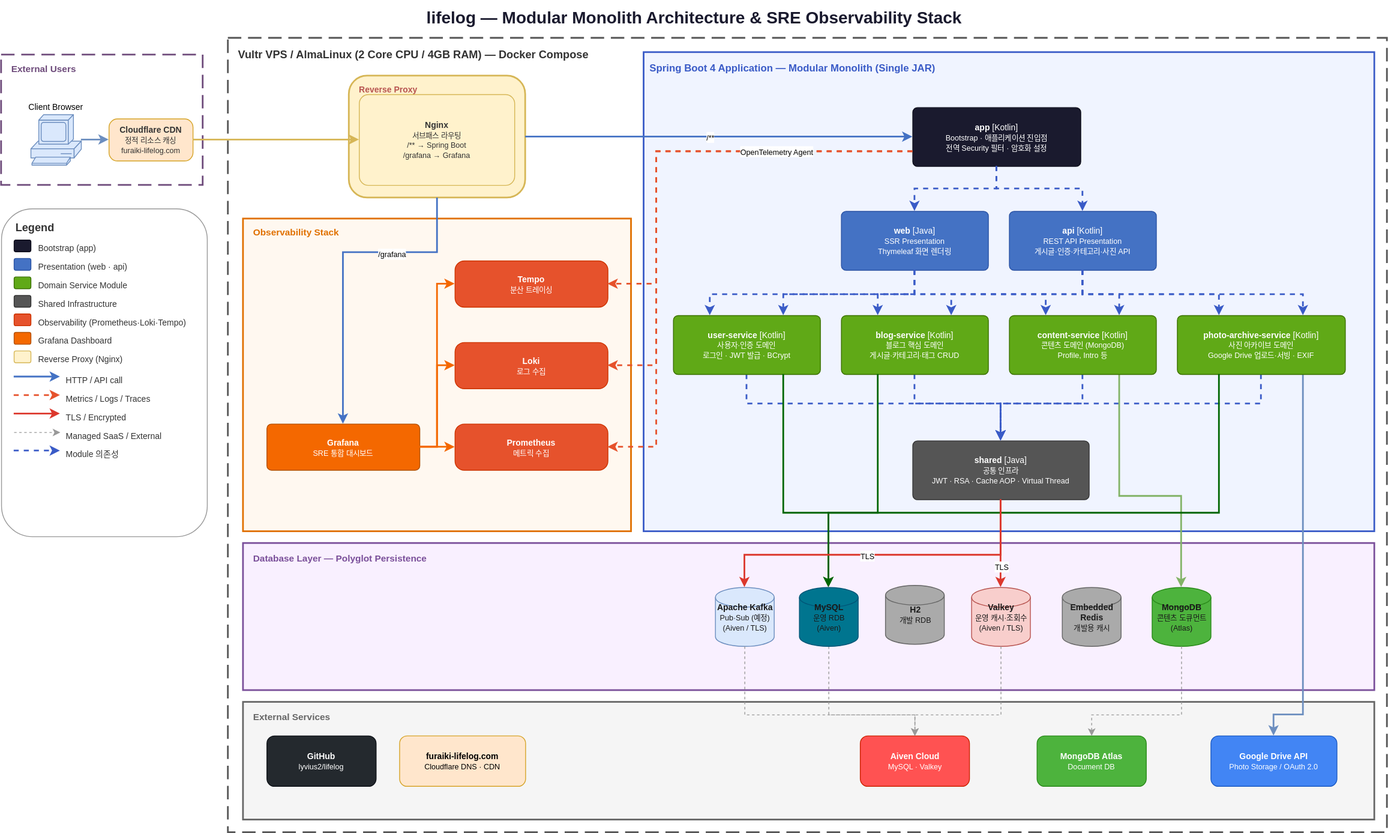
This is docs/lifelog-architecture.svg from lyvius2/lifelog, a draw.io export, as it was before one commit. Source tidied: cells renumbered, new cells last; positions are measured from the earlier drawing's top-left corner, leaving out a move shared by most shapes.
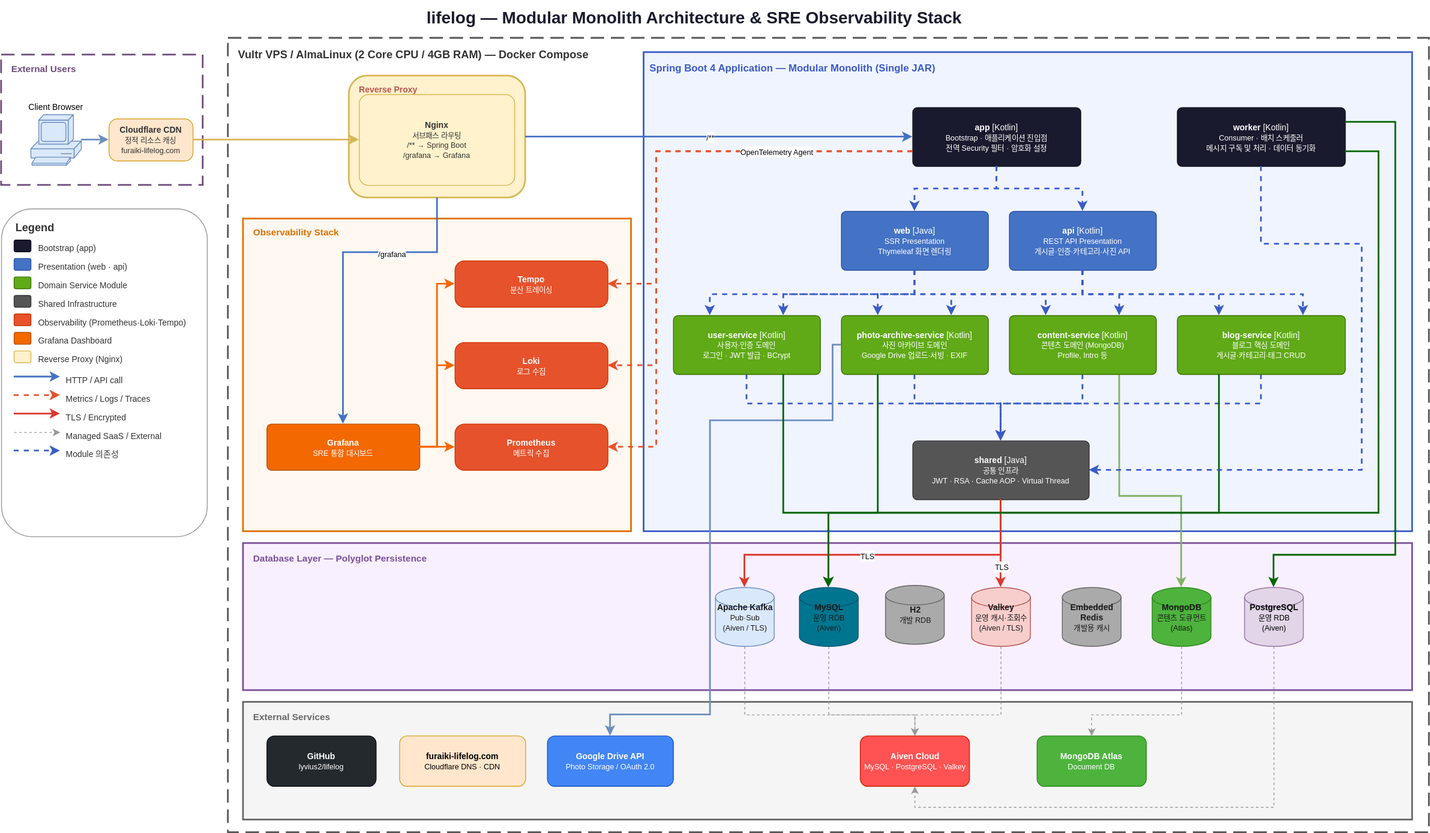
After the commit.

Commit message:
README.md 파일 내용 갱신

The edit, as a diff of the source:
```diff
@@ -18,7 +18,7 @@
       <mxGeometry x="128" y="141" width="100" height="50" as="geometry" />
     </mxCell>
     <mxCell id="7" style="rounded=0;whiteSpace=wrap;html=1;fillColor=none;strokeColor=#555555;dashed=1;dashPattern=8 4;strokeWidth=2;" parent="1" vertex="1">
-      <mxGeometry x="270" y="45" width="1380" height="945" as="geometry" />
+      <mxGeometry x="270" y="45" width="1430" height="945" as="geometry" />
     </mxCell>
     <mxCell id="8" value="Vultr VPS / AlmaLinux  (2 Core CPU / 4GB RAM) — Docker Compose" style="text;html=1;strokeColor=none;fillColor=none;align=left;verticalAlign=top;fontStyle=1;fontSize=13;fontColor=#333333;" parent="1" vertex="1">
       <mxGeometry x="280" y="50" width="640" height="20" as="geometry" />
@@ -33,7 +33,7 @@
       <mxGeometry x="426" y="112" width="185" height="108" as="geometry" />
     </mxCell>
     <mxCell id="12" style="rounded=0;whiteSpace=wrap;html=1;fillColor=#f0f4ff;strokeColor=#3a5bc7;strokeWidth=2;" parent="1" vertex="1">
-      <mxGeometry x="765" y="62" width="870" height="570" as="geometry" />
+      <mxGeometry x="765" y="62" width="915" height="570" as="geometry" />
     </mxCell>
     <mxCell id="13" value="Spring Boot 4 Application — Modular Monolith (Single JAR)" style="text;html=1;strokeColor=none;fillColor=none;align=left;verticalAlign=top;fontStyle=1;fontSize=12;fontColor=#3a5bc7;" parent="1" vertex="1">
       <mxGeometry x="770" y="67" width="560" height="18" as="geometry" />
@@ -69,7 +69,7 @@
       <mxGeometry x="316" y="504" width="182" height="55" as="geometry" />
     </mxCell>
     <mxCell id="24" style="rounded=0;whiteSpace=wrap;html=1;fillColor=#f9f0ff;strokeColor=#7a4f9a;strokeWidth=2;" parent="1" vertex="1">
-      <mxGeometry x="288" y="646" width="1347" height="175" as="geometry" />
+      <mxGeometry x="288" y="646" width="1392" height="175" as="geometry" />
     </mxCell>
     <mxCell id="25" value="Database Layer — Polyglot Persistence" style="text;html=1;strokeColor=none;fillColor=none;align=left;verticalAlign=top;fontStyle=1;fontSize=11;fontColor=#7a4f9a;" parent="1" vertex="1">
       <mxGeometry x="298" y="651" width="380" height="18" as="geometry" />
@@ -87,20 +87,17 @@
       <mxGeometry x="1155" y="698.5" width="70" height="70" as="geometry" />
     </mxCell>
     <mxCell id="30" style="rounded=0;whiteSpace=wrap;html=1;fillColor=#f5f5f5;strokeColor=#666666;strokeWidth=2;" parent="1" vertex="1">
-      <mxGeometry x="288" y="835" width="1347" height="140" as="geometry" />
+      <mxGeometry x="288" y="835" width="1392" height="140" as="geometry" />
     </mxCell>
     <mxCell id="31" value="External Services" style="text;html=1;strokeColor=none;fillColor=none;align=left;verticalAlign=top;fontStyle=1;fontSize=11;fontColor=#666666;" parent="1" vertex="1">
       <mxGeometry x="298" y="840" width="200" height="18" as="geometry" />
     </mxCell>
-    <mxCell id="32" value="&lt;b&gt;Aiven Cloud&lt;/b&gt;&lt;br&gt;&lt;font style=&quot;font-size: 9px;&quot;&gt;MySQL · Valkey&lt;/font&gt;" style="rounded=1;whiteSpace=wrap;html=1;fillColor=#ff5252;strokeColor=#cc2200;fontColor=#ffffff;fontSize=10;arcSize=15;" parent="1" vertex="1">
+    <mxCell id="32" value="&lt;b&gt;Aiven Cloud&lt;/b&gt;&lt;br&gt;&lt;font style=&quot;font-size: 9px;&quot;&gt;MySQL · PostgreSQL ·&amp;nbsp;Valkey&lt;/font&gt;" style="rounded=1;whiteSpace=wrap;html=1;fillColor=#ff5252;strokeColor=#cc2200;fontColor=#ffffff;fontSize=10;arcSize=15;" parent="1" vertex="1">
       <mxGeometry x="1022.5" y="875" width="130" height="60" as="geometry" />
     </mxCell>
     <mxCell id="33" value="&lt;b&gt;MongoDB Atlas&lt;/b&gt;&lt;br&gt;&lt;font style=&quot;font-size: 9px;&quot;&gt;Document DB&lt;/font&gt;" style="rounded=1;whiteSpace=wrap;html=1;fillColor=#4DB33D;strokeColor=#2a8a1a;fontColor=#ffffff;fontSize=10;arcSize=15;" parent="1" vertex="1">
       <mxGeometry x="1233" y="875" width="130" height="60" as="geometry" />
     </mxCell>
-    <mxCell id="34" value="&lt;b&gt;Google Drive API&lt;/b&gt;&lt;br&gt;&lt;font style=&quot;font-size: 9px;&quot;&gt;Photo Storage / OAuth 2.0&lt;/font&gt;" style="rounded=1;whiteSpace=wrap;html=1;fillColor=#4285F4;strokeColor=#1a5ac4;fontColor=#ffffff;fontSize=10;arcSize=15;" parent="1" vertex="1">
-      <mxGeometry x="1440" y="875" width="150" height="60" as="geometry" />
-    </mxCell>
     <mxCell id="35" value="&lt;b&gt;GitHub&lt;/b&gt;&lt;br&gt;&lt;font style=&quot;font-size: 9px;&quot;&gt;lyvius2/lifelog&lt;/font&gt;" style="rounded=1;whiteSpace=wrap;html=1;fillColor=#24292e;strokeColor=#0d1117;fontColor=#ffffff;fontSize=10;arcSize=15;" parent="1" vertex="1">
       <mxGeometry x="316" y="875" width="130" height="60" as="geometry" />
     </mxCell>
@@ -336,10 +333,21 @@
         <mxPoint x="5" y="3" as="offset" />
       </mxGeometry>
     </mxCell>
+    <mxCell id="109" style="edgeStyle=orthogonalEdgeStyle;rounded=0;jettySize=auto;html=1;exitX=0;exitY=0.5;exitDx=0;exitDy=0;strokeColor=#6C8EBF;strokeWidth=2;" parent="1" edge="1" source="87" target="34">
+      <mxGeometry relative="1" as="geometry">
+        <Array as="points">
+          <mxPoint x="990" y="410" />
+          <mxPoint x="990" y="500" />
+          <mxPoint x="844" y="500" />
+          <mxPoint x="844" y="850" />
+          <mxPoint x="725" y="850" />
+        </Array>
+      </mxGeometry>
+    </mxCell>
     <mxCell id="86" value="&lt;b&gt;user-service&lt;/b&gt;  [Kotlin]&lt;br&gt;&lt;font style=&quot;font-size: 9px;&quot;&gt;사용자·인증 도메인&lt;br&gt;로그인 · JWT 발급 · BCrypt&lt;/font&gt;" style="rounded=1;whiteSpace=wrap;html=1;fillColor=#60a917;strokeColor=#3a7000;fontColor=#ffffff;fontSize=10;arcSize=8;verticalAlign=middle;" parent="1" vertex="1">
       <mxGeometry x="800" y="375" width="175" height="70" as="geometry" />
     </mxCell>
-    <mxCell id="87" value="&lt;b&gt;blog-service&lt;/b&gt;  [Kotlin]&lt;br&gt;&lt;font style=&quot;font-size: 9px;&quot;&gt;블로그 핵심 도메인&lt;br&gt;게시글·카테고리·태그 CRUD&lt;/font&gt;" style="rounded=1;whiteSpace=wrap;html=1;fillColor=#60a917;strokeColor=#3a7000;fontColor=#ffffff;fontSize=10;arcSize=8;verticalAlign=middle;" parent="1" vertex="1">
+    <mxCell id="87" value="&lt;b&gt;photo-archive-service&lt;/b&gt;&amp;nbsp;[Kotlin]&lt;br&gt;&lt;font style=&quot;font-size: 9px;&quot;&gt;사진 아카이브 도메인&lt;br&gt;Google Drive 업로드·서빙 · EXIF&lt;/font&gt;" style="rounded=1;whiteSpace=wrap;html=1;fillColor=#60a917;strokeColor=#3a7000;fontColor=#ffffff;fontSize=10;arcSize=8;verticalAlign=middle;" parent="1" vertex="1">
       <mxGeometry x="1000" y="375" width="175" height="70" as="geometry" />
     </mxCell>
     <mxCell id="88" style="edgeStyle=orthogonalEdgeStyle;rounded=0;jettySize=auto;html=1;exitX=0.75;exitY=1;exitDx=0;exitDy=0;curved=0;strokeWidth=2;strokeColor=#82b366;fillColor=#d5e8d4;" parent="1" edge="1" source="89" target="27">
@@ -353,15 +361,7 @@
     <mxCell id="89" value="&lt;b&gt;content-service&lt;/b&gt;  [Kotlin]&lt;br&gt;&lt;font style=&quot;font-size: 9px;&quot;&gt;콘텐츠 도메인 (MongoDB)&lt;br&gt;Profile, Intro 등&lt;/font&gt;" style="rounded=1;whiteSpace=wrap;html=1;fillColor=#60a917;strokeColor=#3a7000;fontColor=#ffffff;fontSize=10;arcSize=8;verticalAlign=middle;" parent="1" vertex="1">
       <mxGeometry x="1200" y="375" width="175" height="70" as="geometry" />
     </mxCell>
-    <mxCell id="90" style="edgeStyle=orthogonalEdgeStyle;rounded=0;jettySize=auto;html=1;exitX=0.75;exitY=1;exitDx=0;exitDy=0;entryX=0.5;entryY=0;entryDx=0;entryDy=0;strokeWidth=2;curved=0;fillColor=#dae8fc;strokeColor=#6c8ebf;" parent="1" edge="1" source="91" target="34">
-      <mxGeometry relative="1" as="geometry">
-        <Array as="points">
-          <mxPoint x="1550" y="850" />
-          <mxPoint x="1515" y="850" />
-        </Array>
-      </mxGeometry>
-    </mxCell>
-    <mxCell id="91" value="&lt;b&gt;photo-archive-service&lt;/b&gt;  [Kotlin]&lt;br&gt;&lt;font style=&quot;font-size: 9px;&quot;&gt;사진 아카이브 도메인&lt;br&gt;Google Drive 업로드·서빙 · EXIF&lt;/font&gt;" style="rounded=1;whiteSpace=wrap;html=1;fillColor=#60a917;strokeColor=#3a7000;fontColor=#ffffff;fontSize=10;arcSize=8;verticalAlign=middle;" parent="1" vertex="1">
+    <mxCell id="91" value="&lt;b&gt;blog-service&lt;/b&gt;&amp;nbsp;[Kotlin]&lt;br&gt;&lt;font style=&quot;font-size: 9px;&quot;&gt;블로그 핵심 도메인&lt;br&gt;게시글·카테고리·태그 CRUD&lt;/font&gt;" style="rounded=1;whiteSpace=wrap;html=1;fillColor=#60a917;strokeColor=#3a7000;fontColor=#ffffff;fontSize=10;arcSize=8;verticalAlign=middle;" parent="1" vertex="1">
       <mxGeometry x="1400" y="375" width="200" height="70" as="geometry" />
     </mxCell>
     <mxCell id="92" style="edgeStyle=orthogonalEdgeStyle;strokeColor=#E6522C;strokeWidth=2;dashed=1;fontColor=#333333;exitX=0;exitY=0.75;exitDx=0;exitDy=0;entryX=1;entryY=0.5;entryDx=0;entryDy=0;rounded=0;curved=0;" parent="1" edge="1" source="14" target="21">
@@ -455,7 +455,7 @@
         </Array>
       </mxGeometry>
     </mxCell>
-    <mxCell id="105" value="&lt;b&gt;Apache Kafka&lt;/b&gt;&lt;br&gt;&lt;font style=&quot;font-size: 9px;&quot;&gt;Pub·Sub (예정)&lt;br&gt;(Aiven / TLS)&lt;/font&gt;" style="shape=mxgraph.flowchart.database;fillColor=#dae8fc;strokeColor=#6c8ebf;fontSize=10;html=1;fontColor=#1A1A1A;" parent="1" vertex="1">
+    <mxCell id="105" value="&lt;b&gt;Apache Kafka&lt;/b&gt;&lt;br&gt;&lt;font style=&quot;font-size: 9px;&quot;&gt;Pub·Sub&lt;br&gt;(Aiven / TLS)&lt;/font&gt;" style="shape=mxgraph.flowchart.database;fillColor=#dae8fc;strokeColor=#6c8ebf;fontSize=10;html=1;fontColor=#1A1A1A;" parent="1" vertex="1">
       <mxGeometry x="850" y="698.5" width="70" height="70" as="geometry" />
     </mxCell>
     <mxCell id="106" style="edgeStyle=orthogonalEdgeStyle;rounded=0;jettySize=auto;html=1;exitX=0.5;exitY=1;exitDx=0;exitDy=0;exitPerimeter=0;entryX=0.5;entryY=0;entryDx=0;entryDy=0;curved=0;fillColor=#f8cecc;strokeColor=#999999;dashed=1;" parent="1" edge="1" source="105" target="32">
@@ -479,5 +479,49 @@
         <mxPoint x="54" y="1" as="offset" />
       </mxGeometry>
     </mxCell>
+    <mxCell id="110" value="&lt;b&gt;worker&lt;/b&gt; [Kotlin]&lt;br&gt;&lt;font style=&quot;font-size: 9px;&quot;&gt;Consumer · 배치 스케줄러&lt;br&gt;&lt;/font&gt;&lt;div&gt;&lt;font style=&quot;font-size: 9px;&quot;&gt;&lt;span style=&quot;background-color: transparent; color: light-dark(rgb(255, 255, 255), rgb(18, 18, 18));&quot;&gt;메시지 구독 및 처리&lt;/span&gt;&amp;nbsp;· 데이터 동기화&lt;/font&gt;&lt;/div&gt;" style="rounded=1;whiteSpace=wrap;html=1;fillColor=#1a1a2e;strokeColor=#0d0d1a;fontColor=#ffffff;fontSize=10;arcSize=8;verticalAlign=middle;" parent="1" vertex="1">
+      <mxGeometry x="1400" y="127.5" width="200" height="70" as="geometry" />
+    </mxCell>
+    <mxCell id="34" value="&lt;b&gt;Google Drive API&lt;/b&gt;&lt;br&gt;&lt;font style=&quot;font-size: 9px;&quot;&gt;Photo Storage / OAuth 2.0&lt;/font&gt;" style="rounded=1;whiteSpace=wrap;html=1;fillColor=#4285F4;strokeColor=#1a5ac4;fontColor=#ffffff;fontSize=10;arcSize=15;" parent="1" vertex="1">
+      <mxGeometry x="650" y="875" width="150" height="60" as="geometry" />
+    </mxCell>
+    <mxCell id="111" style="edgeStyle=orthogonalEdgeStyle;strokeColor=#3a5bc7;strokeWidth=2;dashed=1;fontColor=#333333;entryX=1;entryY=0.5;entryDx=0;entryDy=0;rounded=0;curved=0;exitX=0.5;exitY=1;exitDx=0;exitDy=0;" parent="1" edge="1" source="110" target="17">
+      <mxGeometry relative="1" as="geometry">
+        <Array as="points">
+          <mxPoint x="1500" y="290" />
+          <mxPoint x="1620" y="290" />
+          <mxPoint x="1620" y="559" />
+        </Array>
+      </mxGeometry>
+    </mxCell>
+    <mxCell id="112" value="&lt;b&gt;PostgreSQL&lt;/b&gt;&lt;br&gt;&lt;font style=&quot;font-size: 9px;&quot;&gt;운영 RDB&lt;br&gt;(Aiven)&lt;/font&gt;" style="shape=mxgraph.flowchart.database;fillColor=#e1d5e7;strokeColor=#9673a6;fontSize=10;html=1;" parent="1" vertex="1">
+      <mxGeometry x="1480" y="698.5" width="70" height="70" as="geometry" />
+    </mxCell>
+    <mxCell id="113" style="edgeStyle=orthogonalEdgeStyle;rounded=0;jettySize=auto;html=1;exitX=1;exitY=0.75;exitDx=0;exitDy=0;entryX=0.5;entryY=0;entryDx=0;entryDy=0;entryPerimeter=0;curved=0;strokeWidth=2;strokeColor=#006600;" parent="1" edge="1" source="110" target="69">
+      <mxGeometry relative="1" as="geometry">
+        <Array as="points">
+          <mxPoint x="1640" y="180" />
+          <mxPoint x="1640" y="610" />
+          <mxPoint x="985" y="610" />
+        </Array>
+      </mxGeometry>
+    </mxCell>
+    <mxCell id="114" style="edgeStyle=orthogonalEdgeStyle;rounded=0;jettySize=auto;html=1;entryX=0.5;entryY=0;entryDx=0;entryDy=0;entryPerimeter=0;curved=0;strokeWidth=2;strokeColor=#006600;exitX=1;exitY=0.25;exitDx=0;exitDy=0;" parent="1" edge="1" source="110" target="112">
+      <mxGeometry relative="1" as="geometry">
+        <Array as="points">
+          <mxPoint x="1660" y="145" />
+          <mxPoint x="1660" y="660" />
+          <mxPoint x="1515" y="660" />
+        </Array>
+      </mxGeometry>
+    </mxCell>
+    <mxCell id="115" style="edgeStyle=orthogonalEdgeStyle;rounded=0;jettySize=auto;html=1;exitX=0.5;exitY=1;exitDx=0;exitDy=0;exitPerimeter=0;entryX=0.5;entryY=1;entryDx=0;entryDy=0;fillColor=#f8cecc;strokeColor=#999999;curved=0;dashed=1;" parent="1" edge="1" source="112" target="32">
+      <mxGeometry relative="1" as="geometry">
+        <Array as="points">
+          <mxPoint x="1515" y="960" />
+          <mxPoint x="1088" y="960" />
+        </Array>
+      </mxGeometry>
+    </mxCell>
   </root>
 </mxGraphModel>
```
